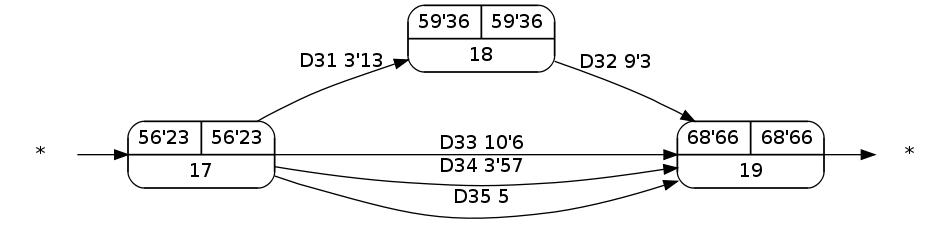
Above: Trabajos/T3/img/grafo_el_implementación.png in srug86/pgsiesi (Graphviz), before the change. Its source is kept beside it as Trabajos/T3/img/grafo_el_implementación.dot.
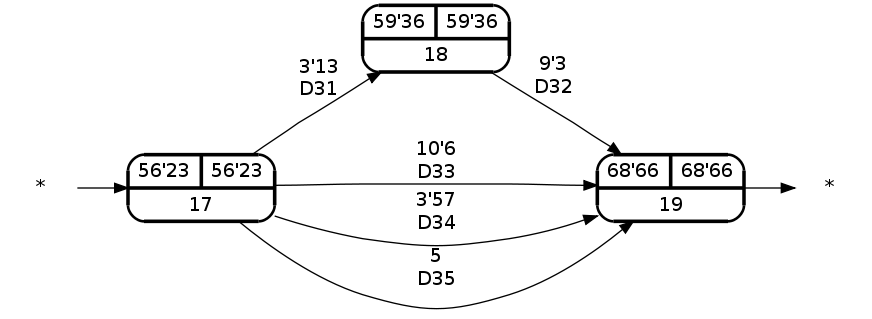
After the commit.

What changed in the source:
```diff
@@ -1,5 +1,5 @@
 digraph grafo_inicial {
-	rankdir = LR; node[style=rounded]
+	rankdir = LR; node[style="rounded,bold"]
 	17 [shape=record, label="{ 56'23 | 56'23 } | 17"];
 	18 [shape=record, label="{ 59'36 | 59'36 } | 18"];
 	19 [shape=record, label="{ 68'66 | 68'66 } | 19"];
@@ -7,10 +7,10 @@
 	ast2 [label = "*", shape=plaintext]
 	node [shape = circle];
 	ast1 -> 17;
-	17 -> 18 [label = "D31 3'13"];
-	18 -> 19 [label = "D32 9'3"];
-	17 -> 19 [label = "D33 10'6"];
-	17 -> 19 [label = "D34 3'57"];
-	17 -> 19 [label = "D35 5"];
+	17 -> 18 [label = "3'13" + "\nD31"];
+	18 -> 19 [label = "9'3" + "\nD32"];
+	17 -> 19 [label = "10'6" + "\nD33"];
+	17 -> 19 [label = "3'57" + "\nD34"];
+	17 -> 19 [label = "5" + "\nD35"];
 	19 -> ast2;
 }
```
